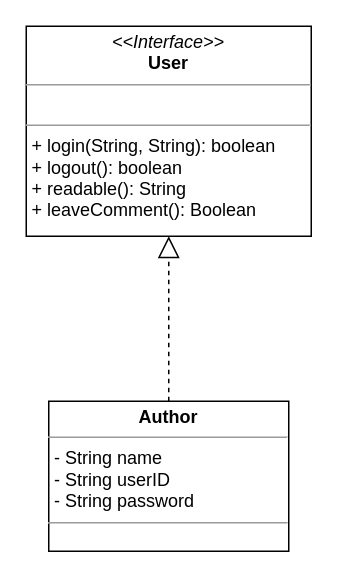
Before: Document/Diagram/ClassDiagram/Domain.Author.ClassDiagram.drawio in Fei-D20/D20_2nd_semester_final_exam_project, a draw.io diagram. Source tidied: cells renumbered, new cells numbered last; positions are measured from the earlier drawing's top-left corner, leaving out a move shared by most shapes. Both pictures are drawn from the tidied source at 150%, with x=0, y=0 at pixel (26, 26).
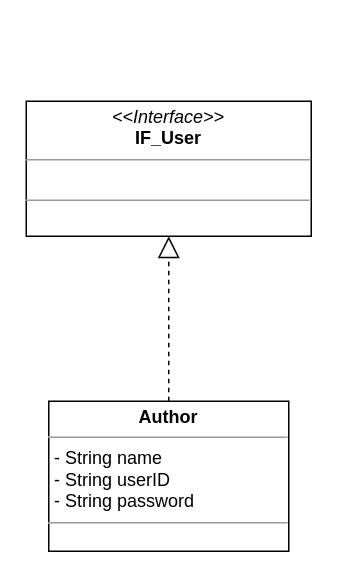
Above is the later version.

What changed in the source:
```diff
@@
 <mxGraphModel>
   <root>
     <mxCell id="0" />
     <mxCell id="1" parent="0" />
-    <mxCell id="2" value="&lt;p style=&quot;margin: 0px ; margin-top: 4px ; text-align: center&quot;&gt;&lt;i&gt;&amp;lt;&amp;lt;Interface&amp;gt;&amp;gt;&lt;/i&gt;&lt;br&gt;&lt;b&gt;User&lt;/b&gt;&lt;/p&gt;&lt;hr size=&quot;1&quot;&gt;&lt;p style=&quot;margin: 0px ; margin-left: 4px&quot;&gt;&lt;br&gt;&lt;/p&gt;&lt;hr size=&quot;1&quot;&gt;&lt;p style=&quot;margin: 0px ; margin-left: 4px&quot;&gt;+ logi&lt;span&gt;n(String, String): boolean&lt;/span&gt;&lt;/p&gt;&lt;p style=&quot;margin: 0px ; margin-left: 4px&quot;&gt;+ logout(): boolean&lt;/p&gt;&lt;p style=&quot;margin: 0px ; margin-left: 4px&quot;&gt;+ readable(): String&lt;/p&gt;&lt;p style=&quot;margin: 0px ; margin-left: 4px&quot;&gt;+ leaveComment(): Boolean&lt;/p&gt;" style="verticalAlign=top;align=left;overflow=fill;fontSize=12;fontFamily=Helvetica;html=1;" parent="1" vertex="1">
-      <mxGeometry width="190" height="140" as="geometry" />
+    <mxCell id="2" value="&lt;p style=&quot;margin: 0px ; margin-top: 4px ; text-align: center&quot;&gt;&lt;i&gt;&amp;lt;&amp;lt;Interface&amp;gt;&amp;gt;&lt;/i&gt;&lt;br&gt;&lt;b&gt;IF_User&lt;/b&gt;&lt;/p&gt;&lt;hr size=&quot;1&quot;&gt;&lt;p style=&quot;margin: 0px ; margin-left: 4px&quot;&gt;&lt;br&gt;&lt;/p&gt;&lt;hr size=&quot;1&quot;&gt;&lt;p style=&quot;margin: 0px ; margin-left: 4px&quot;&gt;&lt;br&gt;&lt;/p&gt;" style="verticalAlign=top;align=left;overflow=fill;fontSize=12;fontFamily=Helvetica;html=1;" parent="1" vertex="1">
+      <mxGeometry y="50" width="190" height="90" as="geometry" />
     </mxCell>
     <mxCell id="3" value="&lt;p style=&quot;margin: 0px ; margin-top: 4px ; text-align: center&quot;&gt;&lt;b&gt;Author&lt;/b&gt;&lt;/p&gt;&lt;hr size=&quot;1&quot;&gt;&lt;p style=&quot;margin: 0px ; margin-left: 4px&quot;&gt;- String name&lt;/p&gt;&lt;p style=&quot;margin: 0px ; margin-left: 4px&quot;&gt;- String userID&lt;/p&gt;&lt;p style=&quot;margin: 0px ; margin-left: 4px&quot;&gt;- String password&amp;nbsp;&lt;/p&gt;&lt;hr size=&quot;1&quot;&gt;&lt;p style=&quot;margin: 0px ; margin-left: 4px&quot;&gt;&lt;br&gt;&lt;/p&gt;" style="verticalAlign=top;align=left;overflow=fill;fontSize=12;fontFamily=Helvetica;html=1;" parent="1" vertex="1">
       <mxGeometry x="15" y="250" width="160" height="100" as="geometry" />
     </mxCell>
     <mxCell id="4" style="endArrow=block;dashed=1;endFill=0;endSize=12;html=1;exitX=0.5;exitY=0;exitDx=0;exitDy=0;entryX=0.5;entryY=1;entryDx=0;entryDy=0;" parent="1" edge="1" source="3" target="2">
       <mxGeometry relative="1" as="geometry" />
     </mxCell>
   </root>
 </mxGraphModel>
```
